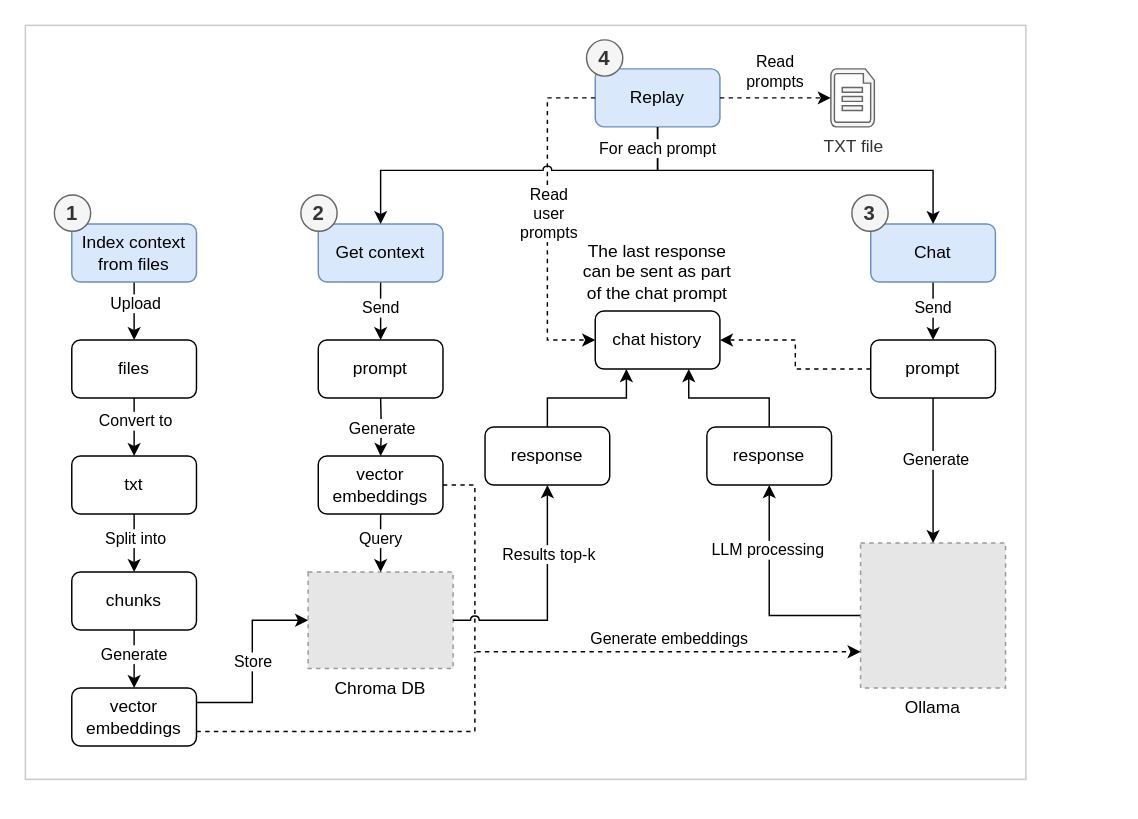
This is doc/app_flow.drawio from intentor/llm-workbench, a draw.io file, before an edit. Source tidied: cells renumbered, new cells numbered last; positions are measured from the earlier drawing's top-left corner, leaving out a move shared by most shapes. Both pictures are drawn from the tidied source at 145%, with x=0, y=0 at pixel (25, 25). Pictures stored in the file or linked from it are replaced by grey dashed boxes.
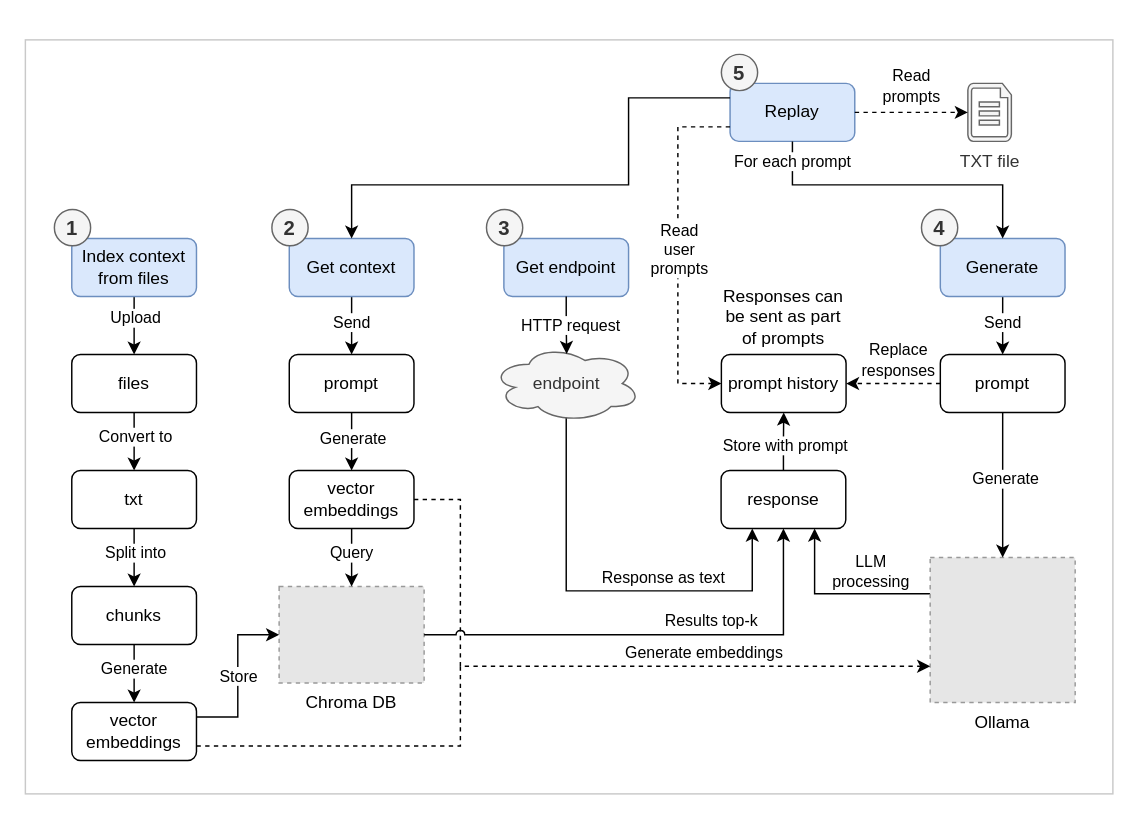
The same page after the edit.

Commit message (it also covers changes not shown here):
Add get endpoint to app flow diagram

Unchanged cells that the change refers to:
```xml
<mxCell id="12" style="edgeStyle=orthogonalEdgeStyle;rounded=0;jettySize=auto;html=1;entryX=0.5;entryY=0;entryDx=0;entryDy=0;" parent="1" edge="1" source="14" target="11">
  <mxGeometry relative="1" as="geometry" />
</mxCell>
<mxCell id="23" style="edgeStyle=orthogonalEdgeStyle;rounded=0;jettySize=auto;html=1;exitX=0.5;exitY=1;exitDx=0;exitDy=0;" parent="1" edge="1" source="25" target="6">
  <mxGeometry relative="1" as="geometry" />
</mxCell>
<mxCell id="26" style="edgeStyle=orthogonalEdgeStyle;rounded=0;jettySize=auto;html=1;dashed=1;exitX=0;exitY=0.5;exitDx=0;exitDy=0;entryX=1;entryY=0.5;entryDx=0;entryDy=0;" parent="1" edge="1" source="25" target="27">
  <mxGeometry relative="1" as="geometry" />
</mxCell>
<mxCell id="37" value="Get context" style="rounded=1;whiteSpace=wrap;html=1;fillColor=#dae8fc;strokeColor=#6c8ebf;" parent="36" vertex="1">
  <mxGeometry x="12" y="20" width="86" height="40" as="geometry" />
</mxCell>
<mxCell id="43" value="Replay" style="rounded=1;whiteSpace=wrap;html=1;fillColor=#dae8fc;strokeColor=#6c8ebf;" parent="42" vertex="1">
  <mxGeometry x="6" y="20" width="86" height="40" as="geometry" />
</mxCell>
```

Diff of the diagram source:
```diff
@@
     <mxCell id="2" style="rounded=0;whiteSpace=wrap;html=1;strokeColor=#C9C9C9;" parent="1" vertex="1">
-      <mxGeometry width="690" height="520" as="geometry" />
+      <mxGeometry y="10" width="750" height="520" as="geometry" />
     </mxCell>
     <mxCell id="3" value="Chroma DB" style="fillColor=#E6E6E6;strokeColor=#999999;dashed=1;verticalLabelPosition=bottom;labelBackgroundColor=default;verticalAlign=top;" parent="1" vertex="1">
-      <mxGeometry x="195" y="377" width="100" height="66.5" as="geometry" />
+      <mxGeometry x="175" y="387" width="100" height="66.5" as="geometry" />
     </mxCell>
-    <mxCell id="4" style="edgeStyle=orthogonalEdgeStyle;rounded=0;jettySize=auto;html=1;entryX=0.5;entryY=1;entryDx=0;entryDy=0;" parent="1" edge="1" source="6" target="31">
+    <mxCell id="4" style="edgeStyle=orthogonalEdgeStyle;rounded=0;jettySize=auto;html=1;entryX=0.75;entryY=1;entryDx=0;entryDy=0;exitX=0;exitY=0.25;exitDx=0;exitDy=0;" parent="1" edge="1" source="6" target="29">
       <mxGeometry relative="1" as="geometry" />
     </mxCell>
-    <mxCell id="5" value="LLM processing" style="edgeLabel;html=1;align=center;verticalAlign=middle;" parent="4" vertex="1">
-      <mxGeometry x="0.43" y="2" relative="1" as="geometry" />
+    <mxCell id="5" value="LLM&lt;div&gt;processing&lt;/div&gt;" style="edgeLabel;html=1;align=center;verticalAlign=middle;" parent="4" vertex="1">
+      <mxGeometry x="0.43" y="2" relative="1" as="geometry">
+        <mxPoint x="40" y="-6" as="offset" />
+      </mxGeometry>
     </mxCell>
     <mxCell id="6" value="Ollama" style="fillColor=#E6E6E6;strokeColor=#999999;dashed=1;verticalLabelPosition=bottom;labelBackgroundColor=default;verticalAlign=top;" parent="1" vertex="1">
-      <mxGeometry x="576" y="357" width="100" height="100" as="geometry" />
+      <mxGeometry x="624" y="367" width="100" height="100" as="geometry" />
     </mxCell>
@@
     <mxCell id="11" value="txt" style="rounded=1;whiteSpace=wrap;html=1;" parent="1" vertex="1">
-      <mxGeometry x="32" y="297" width="86" height="40" as="geometry" />
+      <mxGeometry x="32" y="307" width="86" height="40" as="geometry" />
     </mxCell>
@@
     <mxCell id="13" value="Convert to" style="edgeLabel;html=1;align=center;verticalAlign=middle;" parent="12" vertex="1">
       <mxGeometry x="-0.3" y="1" relative="1" as="geometry">
-        <mxPoint x="-1" y="1" as="offset" />
+        <mxPoint x="-1" y="2" as="offset" />
       </mxGeometry>
     </mxCell>
     <mxCell id="14" value="files" style="rounded=1;whiteSpace=wrap;html=1;" parent="1" vertex="1">
-      <mxGeometry x="32" y="217" width="86" height="40" as="geometry" />
+      <mxGeometry x="32" y="227" width="86" height="40" as="geometry" />
     </mxCell>
@@
     <mxCell id="16" style="edgeStyle=orthogonalEdgeStyle;rounded=0;jettySize=auto;html=1;exitX=1;exitY=0.75;exitDx=0;exitDy=0;dashed=1;endArrow=none;endFill=0;" parent="1" edge="1" source="17">
       <mxGeometry relative="1" as="geometry">
-        <mxPoint x="310" y="432" as="targetPoint" />
+        <mxPoint x="300" y="440" as="targetPoint" />
         <Array as="points">
-          <mxPoint x="310" y="487" />
-          <mxPoint x="310" y="432" />
+          <mxPoint x="300" y="497" />
         </Array>
       </mxGeometry>
     </mxCell>
     <mxCell id="17" value="vector embeddings" style="rounded=1;whiteSpace=wrap;html=1;" parent="1" vertex="1">
-      <mxGeometry x="32" y="457" width="86" height="40" as="geometry" />
+      <mxGeometry x="32" y="467" width="86" height="40" as="geometry" />
     </mxCell>
@@
+    <mxCell id="64" style="edgeStyle=orthogonalEdgeStyle;rounded=0;jettySize=auto;html=1;entryX=0.5;entryY=0;entryDx=0;entryDy=0;" parent="1" edge="1" source="22" target="58">
+      <mxGeometry relative="1" as="geometry" />
+    </mxCell>
+    <mxCell id="61" value="Generate" style="edgeLabel;html=1;align=center;verticalAlign=middle;" parent="64" vertex="1">
+      <mxGeometry x="-0.15" relative="1" as="geometry" />
+    </mxCell>
     <mxCell id="22" value="prompt" style="rounded=1;whiteSpace=wrap;html=1;" parent="1" vertex="1">
-      <mxGeometry x="202" y="217" width="86" height="40" as="geometry" />
+      <mxGeometry x="182" y="227" width="86" height="40" as="geometry" />
     </mxCell>
@@
     <mxCell id="24" value="Generate" style="edgeLabel;html=1;align=center;verticalAlign=middle;" parent="23" vertex="1">
       <mxGeometry x="-0.66" y="1" relative="1" as="geometry">
-        <mxPoint y="25" as="offset" />
+        <mxPoint y="28" as="offset" />
       </mxGeometry>
     </mxCell>
     <mxCell id="25" value="prompt" style="rounded=1;whiteSpace=wrap;html=1;" parent="1" vertex="1">
-      <mxGeometry x="583" y="217" width="86" height="40" as="geometry" />
+      <mxGeometry x="631" y="227" width="86" height="40" as="geometry" />
     </mxCell>
@@
+    <mxCell id="65" value="Replace&lt;div&gt;responses&lt;/div&gt;" style="edgeLabel;html=1;align=center;verticalAlign=middle;" parent="26" vertex="1">
+      <mxGeometry x="-0.12" relative="1" as="geometry">
+        <mxPoint x="-1" y="-17" as="offset" />
+      </mxGeometry>
+    </mxCell>
-    <mxCell id="27" value="chat history" style="rounded=1;whiteSpace=wrap;html=1;" parent="1" vertex="1">
-      <mxGeometry x="393" y="197" width="86" height="40" as="geometry" />
+    <mxCell id="27" value="prompt history" style="rounded=1;whiteSpace=wrap;html=1;" parent="1" vertex="1">
+      <mxGeometry x="480" y="227" width="86" height="40" as="geometry" />
     </mxCell>
-    <mxCell id="28" style="edgeStyle=orthogonalEdgeStyle;rounded=0;jettySize=auto;html=1;entryX=0.25;entryY=1;entryDx=0;entryDy=0;" parent="1" edge="1" source="29" target="27">
+    <mxCell id="28" style="edgeStyle=orthogonalEdgeStyle;rounded=0;jettySize=auto;html=1;entryX=0.5;entryY=1;entryDx=0;entryDy=0;" parent="1" edge="1" source="29" target="27">
       <mxGeometry relative="1" as="geometry" />
     </mxCell>
+    <mxCell id="66" value="Store with prompt" style="edgeLabel;html=1;align=center;verticalAlign=middle;" parent="28" vertex="1">
+      <mxGeometry x="0.1" relative="1" as="geometry">
+        <mxPoint y="4" as="offset" />
+      </mxGeometry>
+    </mxCell>
     <mxCell id="29" value="response" style="rounded=1;whiteSpace=wrap;html=1;" parent="1" vertex="1">
-      <mxGeometry x="317" y="277" width="86" height="40" as="geometry" />
+      <mxGeometry x="479.8" y="307" width="86" height="40" as="geometry" />
     </mxCell>
-    <mxCell id="30" style="edgeStyle=orthogonalEdgeStyle;rounded=0;jettySize=auto;html=1;entryX=0.75;entryY=1;entryDx=0;entryDy=0;" parent="1" edge="1" source="31" target="27">
-      <mxGeometry relative="1" as="geometry" />
-    </mxCell>
-    <mxCell id="31" value="response" style="rounded=1;whiteSpace=wrap;html=1;" parent="1" vertex="1">
-      <mxGeometry x="470" y="277" width="86" height="40" as="geometry" />
-    </mxCell>
-    <mxCell id="32" value="The last response can be sent as part of the chat prompt" style="text;html=1;align=center;verticalAlign=middle;whiteSpace=wrap;rounded=0;" parent="1" vertex="1">
-      <mxGeometry x="382" y="146" width="108" height="47" as="geometry" />
+    <mxCell id="32" value="Responses can be sent as part of prompts" style="text;html=1;align=center;verticalAlign=middle;whiteSpace=wrap;rounded=0;" parent="1" vertex="1">
+      <mxGeometry x="480" y="179.5" width="85.8" height="43" as="geometry" />
     </mxCell>
     <mxCell id="33" style="group;" parent="1" vertex="1">
-      <mxGeometry x="20" y="117" width="98" height="60" as="geometry" />
+      <mxGeometry x="20" y="127" width="98" height="60" as="geometry" />
     </mxCell>
@@
     <mxCell id="36" style="group;" parent="1" vertex="1">
-      <mxGeometry x="190" y="117" width="98" height="60" as="geometry" />
+      <mxGeometry x="170" y="127" width="98" height="60" as="geometry" />
     </mxCell>
@@
     <mxCell id="39" style="group;" parent="1" vertex="1">
-      <mxGeometry x="570" y="117" width="99" height="60" as="geometry" />
+      <mxGeometry x="618" y="127" width="99" height="60" as="geometry" />
     </mxCell>
-    <mxCell id="40" value="Chat" style="rounded=1;whiteSpace=wrap;html=1;fillColor=#dae8fc;strokeColor=#6c8ebf;" parent="39" vertex="1">
+    <mxCell id="40" value="Generate" style="rounded=1;whiteSpace=wrap;html=1;fillColor=#dae8fc;strokeColor=#6c8ebf;" parent="39" vertex="1">
       <mxGeometry x="13" y="20" width="86" height="40" as="geometry" />
     </mxCell>
-    <mxCell id="41" value="3" style="ellipse;whiteSpace=wrap;html=1;fillColor=#f5f5f5;strokeColor=#666666;fontStyle=1;fontSize=14;fontColor=#333333;" parent="39" vertex="1">
+    <mxCell id="41" value="4" style="ellipse;whiteSpace=wrap;html=1;fillColor=#f5f5f5;strokeColor=#666666;fontStyle=1;fontSize=14;fontColor=#333333;" parent="39" vertex="1">
       <mxGeometry width="25" height="25" as="geometry" />
     </mxCell>
     <mxCell id="42" style="group;" parent="1" vertex="1">
-      <mxGeometry x="387" y="10" width="98" height="60" as="geometry" />
+      <mxGeometry x="480" y="20" width="98" height="60" as="geometry" />
     </mxCell>
@@
-    <mxCell id="44" value="4" style="ellipse;whiteSpace=wrap;html=1;fillColor=#f5f5f5;strokeColor=#666666;fontStyle=1;fontSize=14;fontColor=#333333;" parent="42" vertex="1">
+    <mxCell id="44" value="5" style="ellipse;whiteSpace=wrap;html=1;fillColor=#f5f5f5;strokeColor=#666666;fontStyle=1;fontSize=14;fontColor=#333333;" parent="42" vertex="1">
       <mxGeometry width="25" height="25" as="geometry" />
     </mxCell>
     <mxCell id="45" value="TXT file" style="verticalLabelPosition=bottom;html=1;verticalAlign=top;align=center;strokeColor=#666666;fillColor=#f5f5f5;shape=mxgraph.azure.cloud_services_configuration_file;fontColor=#333333;" parent="1" vertex="1">
-      <mxGeometry x="555.5" y="30" width="30" height="40" as="geometry" />
+      <mxGeometry x="650" y="40" width="30" height="40" as="geometry" />
     </mxCell>
@@
-    <mxCell id="48" style="edgeStyle=orthogonalEdgeStyle;rounded=0;jettySize=auto;html=1;exitX=0;exitY=0.5;exitDx=0;exitDy=0;entryX=0;entryY=0.5;entryDx=0;entryDy=0;dashed=1;" parent="1" edge="1" source="43" target="27">
+    <mxCell id="48" style="edgeStyle=orthogonalEdgeStyle;rounded=0;jettySize=auto;html=1;exitX=0;exitY=0.75;exitDx=0;exitDy=0;entryX=0;entryY=0.5;entryDx=0;entryDy=0;dashed=1;" parent="1" edge="1" source="43" target="27">
       <mxGeometry relative="1" as="geometry">
         <Array as="points">
-          <mxPoint x="360" y="50" />
-          <mxPoint x="360" y="217" />
+          <mxPoint x="450" y="70" />
+          <mxPoint x="450" y="247" />
         </Array>
       </mxGeometry>
     </mxCell>
     <mxCell id="49" value="Read&lt;div&gt;user&lt;br&gt;&lt;div&gt;prompts&lt;/div&gt;&lt;/div&gt;" style="edgeLabel;html=1;align=center;verticalAlign=middle;" parent="48" vertex="1">
       <mxGeometry x="-0.25" y="-1" relative="1" as="geometry">
-        <mxPoint x="1" y="25" as="offset" />
+        <mxPoint x="1" y="29" as="offset" />
       </mxGeometry>
     </mxCell>
@@
-    <mxCell id="52" style="edgeStyle=orthogonalEdgeStyle;rounded=0;jettySize=auto;html=1;entryX=0.5;entryY=0;entryDx=0;entryDy=0;jumpStyle=arc;" parent="1" edge="1" source="43" target="37">
+    <mxCell id="52" style="edgeStyle=orthogonalEdgeStyle;rounded=0;jettySize=auto;html=1;entryX=0.5;entryY=0;entryDx=0;entryDy=0;jumpStyle=arc;exitX=0;exitY=0.25;exitDx=0;exitDy=0;" parent="1" edge="1" source="43" target="37">
       <mxGeometry relative="1" as="geometry">
         <Array as="points">
-          <mxPoint x="436" y="100" />
-          <mxPoint x="245" y="100" />
+          <mxPoint x="416" y="50" />
+          <mxPoint x="416" y="110" />
+          <mxPoint x="225" y="110" />
         </Array>
       </mxGeometry>
     </mxCell>
     <mxCell id="53" value="chunks" style="rounded=1;whiteSpace=wrap;html=1;" parent="1" vertex="1">
-      <mxGeometry x="32" y="377" width="86" height="40" as="geometry" />
+      <mxGeometry x="32" y="387" width="86" height="40" as="geometry" />
     </mxCell>
@@
     <mxCell id="56" style="edgeStyle=orthogonalEdgeStyle;rounded=0;jettySize=auto;html=1;entryX=0;entryY=0.75;entryDx=0;entryDy=0;dashed=1;" parent="1" edge="1" source="58" target="6">
       <mxGeometry relative="1" as="geometry">
         <Array as="points">
-          <mxPoint x="310" y="317" />
-          <mxPoint x="310" y="432" />
+          <mxPoint x="300" y="327" />
+          <mxPoint x="300" y="442" />
         </Array>
       </mxGeometry>
     </mxCell>
     <mxCell id="57" value="Generate embeddings" style="edgeLabel;html=1;align=center;verticalAlign=middle;" parent="56" vertex="1">
       <mxGeometry x="0.18" relative="1" as="geometry">
-        <mxPoint x="32" y="-10" as="offset" />
+        <mxPoint x="36" y="-10" as="offset" />
       </mxGeometry>
     </mxCell>
     <mxCell id="58" value="vector embeddings" style="rounded=1;whiteSpace=wrap;html=1;" parent="1" vertex="1">
-      <mxGeometry x="202" y="297" width="86" height="40" as="geometry" />
+      <mxGeometry x="182" y="307" width="86" height="40" as="geometry" />
     </mxCell>
     <mxCell id="59" style="edgeStyle=orthogonalEdgeStyle;rounded=0;jettySize=auto;html=1;entryX=0.5;entryY=0;entryDx=0;entryDy=0;exitX=0.5;exitY=1;exitDx=0;exitDy=0;" parent="1" edge="1" source="43" target="40">
       <mxGeometry relative="1" as="geometry">
         <Array as="points">
-          <mxPoint x="436" y="100" />
-          <mxPoint x="626" y="100" />
+          <mxPoint x="529" y="110" />
+          <mxPoint x="674" y="110" />
         </Array>
       </mxGeometry>
     </mxCell>
     <mxCell id="60" value="For each prompt" style="edgeLabel;html=1;align=center;verticalAlign=middle;" parent="59" vertex="1">
       <mxGeometry x="-0.85" y="-1" relative="1" as="geometry">
-        <mxPoint y="-5" as="offset" />
+        <mxPoint y="-3" as="offset" />
       </mxGeometry>
     </mxCell>
-    <mxCell id="61" value="Generate" style="edgeStyle=orthogonalEdgeStyle;rounded=0;orthogonalLoop=1;jettySize=auto;html=1;exitX=0.5;exitY=1;exitDx=0;exitDy=0;" parent="1" edge="1">
-      <mxGeometry relative="1" as="geometry">
-        <mxPoint x="245" y="257" as="sourcePoint" />
-        <mxPoint x="245" y="297" as="targetPoint" />
-      </mxGeometry>
-    </mxCell>
-    <mxCell id="62" style="edgeStyle=orthogonalEdgeStyle;rounded=0;jettySize=auto;html=1;exitX=1;exitY=0.5;exitDx=0;exitDy=0;entryX=0.5;entryY=1;entryDx=0;entryDy=0;jumpStyle=arc;" parent="1" edge="1" source="3" target="29">
+    <mxCell id="62" style="edgeStyle=orthogonalEdgeStyle;rounded=0;jettySize=auto;html=1;exitX=1;exitY=0.5;exitDx=0;exitDy=0;jumpStyle=arc;entryX=0.5;entryY=1;entryDx=0;entryDy=0;" parent="1" edge="1" source="3" target="29">
       <mxGeometry relative="1" as="geometry">
         <Array as="points">
-          <mxPoint x="360" y="410" />
+          <mxPoint x="523" y="420" />
         </Array>
       </mxGeometry>
     </mxCell>
     <mxCell id="63" value="Results top-k" style="edgeLabel;html=1;align=center;verticalAlign=middle;" parent="62" vertex="1">
       <mxGeometry x="0.3" relative="1" as="geometry">
-        <mxPoint y="-8" as="offset" />
+        <mxPoint x="-11" y="-10" as="offset" />
       </mxGeometry>
     </mxCell>
+    <mxCell id="67" style="group;" parent="1" vertex="1">
+      <mxGeometry x="318" y="127" width="98" height="60" as="geometry" />
+    </mxCell>
+    <mxCell id="68" value="Get endpoint" style="rounded=1;whiteSpace=wrap;html=1;fillColor=#dae8fc;strokeColor=#6c8ebf;" parent="67" vertex="1">
+      <mxGeometry x="12" y="20" width="86" height="40" as="geometry" />
+    </mxCell>
+    <mxCell id="69" value="3" style="ellipse;whiteSpace=wrap;html=1;fillColor=#f5f5f5;strokeColor=#666666;fontStyle=1;fontSize=14;fontColor=#333333;" parent="67" vertex="1">
+      <mxGeometry width="25" height="25" as="geometry" />
+    </mxCell>
+    <mxCell id="70" style="edgeStyle=orthogonalEdgeStyle;rounded=0;jettySize=auto;html=1;entryX=0.25;entryY=1;entryDx=0;entryDy=0;" parent="1" edge="1" target="29">
+      <mxGeometry relative="1" as="geometry">
+        <mxPoint x="373" y="270" as="sourcePoint" />
+        <Array as="points">
+          <mxPoint x="373" y="390" />
+          <mxPoint x="502" y="390" />
+          <mxPoint x="502" y="347" />
+        </Array>
+      </mxGeometry>
+    </mxCell>
+    <mxCell id="71" value="Response as text" style="edgeLabel;html=1;align=center;verticalAlign=middle;" parent="70" vertex="1">
+      <mxGeometry x="-0.43" relative="1" as="geometry">
+        <mxPoint x="66" y="27" as="offset" />
+      </mxGeometry>
+    </mxCell>
+    <mxCell id="72" value="endpoint" style="ellipse;shape=cloud;whiteSpace=wrap;html=1;fillColor=#f5f5f5;fontColor=#333333;strokeColor=#666666;" parent="1" vertex="1">
+      <mxGeometry x="321.5" y="220.5" width="103" height="53" as="geometry" />
+    </mxCell>
+    <mxCell id="73" style="edgeStyle=orthogonalEdgeStyle;rounded=0;jettySize=auto;html=1;entryX=0.503;entryY=0.115;entryDx=0;entryDy=0;entryPerimeter=0;" parent="1" edge="1" source="68" target="72">
+      <mxGeometry relative="1" as="geometry" />
+    </mxCell>
+    <mxCell id="74" value="HTTP request" style="edgeLabel;html=1;align=center;verticalAlign=middle;" parent="73" vertex="1">
+      <mxGeometry x="-0.1" y="2" relative="1" as="geometry">
+        <mxPoint y="1" as="offset" />
+      </mxGeometry>
+    </mxCell>
```
